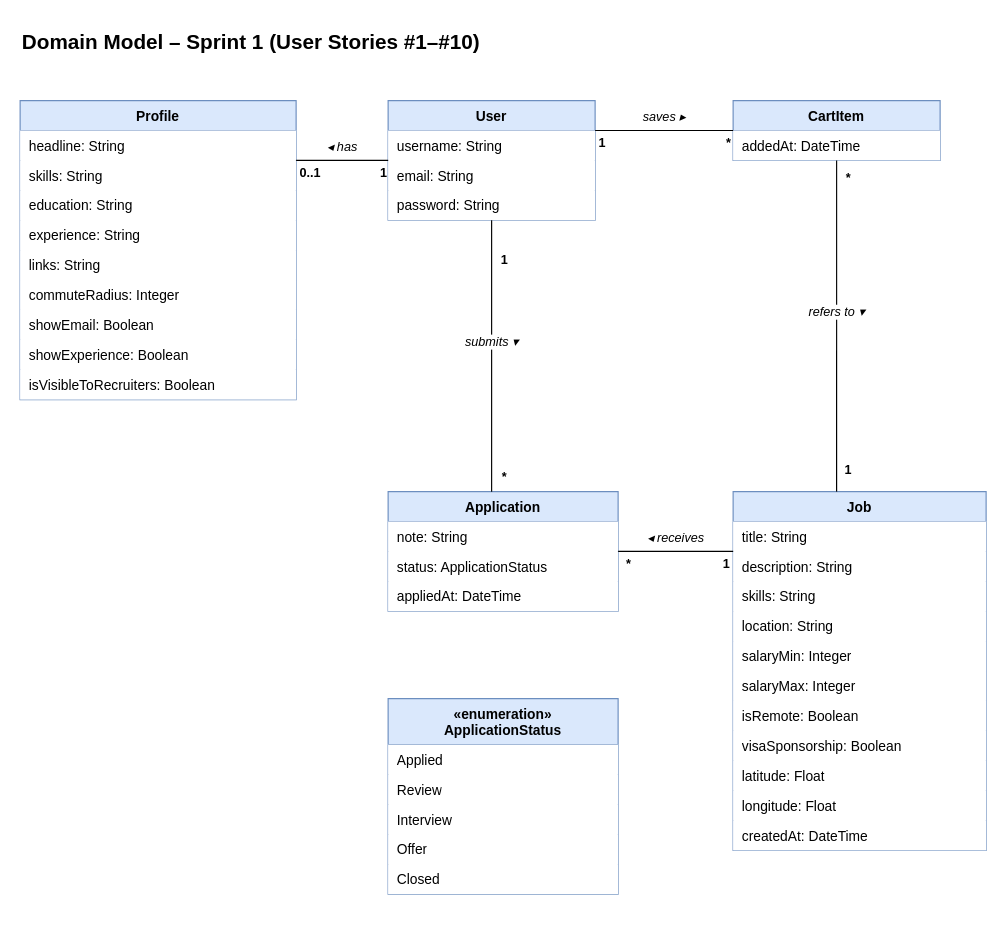
Before: docs/design/domain-model.drawio in CS2340Jonathan2/Project2, a draw.io diagram. Source tidied: cells renumbered, new cells numbered last; positions are measured from the earlier drawing's top-left corner, leaving out a move shared by most shapes. Both pictures are drawn from the tidied source at 115%, with x=0, y=0 at pixel (20, 20).
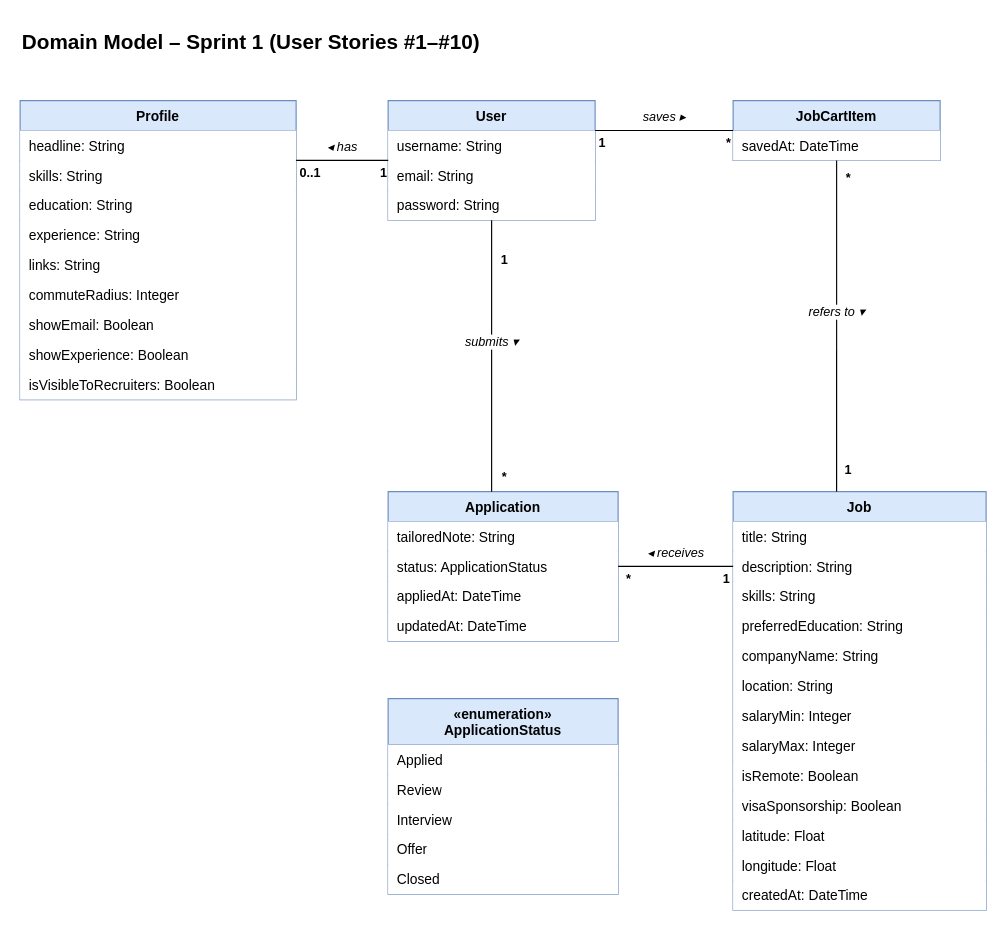
The same page after the edit.

Commit message:
Update domain model

Diff of the diagram source:
```diff
@@
-    <mxCell id="17" value="CartItem" style="swimlane;fontStyle=1;align=center;verticalAlign=top;horizontal=1;startSize=26;whiteSpace=wrap;html=1;fillColor=#dae8fc;strokeColor=#6c8ebf;" parent="1" vertex="1">
+    <mxCell id="17" value="JobCartItem" style="swimlane;fontStyle=1;align=center;verticalAlign=top;horizontal=1;startSize=26;whiteSpace=wrap;html=1;fillColor=#dae8fc;strokeColor=#6c8ebf;" parent="1" vertex="1">
       <mxGeometry x="620" y="70" width="180" height="52" as="geometry" />
     </mxCell>
-    <mxCell id="18" value="addedAt: DateTime" style="text;strokeColor=none;fillColor=#ffffff;align=left;verticalAlign=top;spacingLeft=6;spacingRight=4;overflow=hidden;whiteSpace=wrap;html=1;" parent="17" vertex="1">
+    <mxCell id="18" value="savedAt: DateTime" style="text;strokeColor=none;fillColor=#ffffff;align=left;verticalAlign=top;spacingLeft=6;spacingRight=4;overflow=hidden;whiteSpace=wrap;html=1;" parent="17" vertex="1">
       <mxGeometry y="26" width="180" height="26" as="geometry" />
     </mxCell>
     <mxCell id="19" value="Application" style="swimlane;fontStyle=1;align=center;verticalAlign=top;horizontal=1;startSize=26;whiteSpace=wrap;html=1;fillColor=#dae8fc;strokeColor=#6c8ebf;" parent="1" vertex="1">
-      <mxGeometry x="320" y="410" width="200" height="104" as="geometry" />
+      <mxGeometry x="320" y="410" width="200" height="130" as="geometry" />
     </mxCell>
-    <mxCell id="20" value="note: String" style="text;strokeColor=none;fillColor=#ffffff;align=left;verticalAlign=top;spacingLeft=6;spacingRight=4;overflow=hidden;whiteSpace=wrap;html=1;" parent="19" vertex="1">
+    <mxCell id="20" value="tailoredNote: String" style="text;strokeColor=none;fillColor=#ffffff;align=left;verticalAlign=top;spacingLeft=6;spacingRight=4;overflow=hidden;whiteSpace=wrap;html=1;" parent="19" vertex="1">
       <mxGeometry y="26" width="200" height="26" as="geometry" />
     </mxCell>
@@
+    <mxCell id="56" value="updatedAt: DateTime" style="text;strokeColor=none;fillColor=#ffffff;align=left;verticalAlign=top;spacingLeft=6;spacingRight=4;overflow=hidden;whiteSpace=wrap;html=1;" parent="19" vertex="1">
+      <mxGeometry y="104" width="200" height="26" as="geometry" />
+    </mxCell>
     <mxCell id="23" value="Job" style="swimlane;fontStyle=1;align=center;verticalAlign=top;horizontal=1;startSize=26;whiteSpace=wrap;html=1;fillColor=#dae8fc;strokeColor=#6c8ebf;" parent="1" vertex="1">
-      <mxGeometry x="620" y="410" width="220" height="312" as="geometry" />
+      <mxGeometry x="620" y="410" width="220" height="364" as="geometry" />
     </mxCell>
@@
-    <mxCell id="27" value="location: String" style="text;strokeColor=none;fillColor=#ffffff;align=left;verticalAlign=top;spacingLeft=6;spacingRight=4;overflow=hidden;whiteSpace=wrap;html=1;" parent="23" vertex="1">
+    <mxCell id="27" value="preferredEducation: String" style="text;strokeColor=none;fillColor=#ffffff;align=left;verticalAlign=top;spacingLeft=6;spacingRight=4;overflow=hidden;whiteSpace=wrap;html=1;" parent="23" vertex="1">
       <mxGeometry y="104" width="220" height="26" as="geometry" />
     </mxCell>
-    <mxCell id="28" value="salaryMin: Integer" style="text;strokeColor=none;fillColor=#ffffff;align=left;verticalAlign=top;spacingLeft=6;spacingRight=4;overflow=hidden;whiteSpace=wrap;html=1;" parent="23" vertex="1">
+    <mxCell id="28" value="companyName: String" style="text;strokeColor=none;fillColor=#ffffff;align=left;verticalAlign=top;spacingLeft=6;spacingRight=4;overflow=hidden;whiteSpace=wrap;html=1;" parent="23" vertex="1">
       <mxGeometry y="130" width="220" height="26" as="geometry" />
     </mxCell>
-    <mxCell id="29" value="salaryMax: Integer" style="text;strokeColor=none;fillColor=#ffffff;align=left;verticalAlign=top;spacingLeft=6;spacingRight=4;overflow=hidden;whiteSpace=wrap;html=1;" parent="23" vertex="1">
+    <mxCell id="29" value="location: String" style="text;strokeColor=none;fillColor=#ffffff;align=left;verticalAlign=top;spacingLeft=6;spacingRight=4;overflow=hidden;whiteSpace=wrap;html=1;" parent="23" vertex="1">
       <mxGeometry y="156" width="220" height="26" as="geometry" />
     </mxCell>
-    <mxCell id="30" value="isRemote: Boolean" style="text;strokeColor=none;fillColor=#ffffff;align=left;verticalAlign=top;spacingLeft=6;spacingRight=4;overflow=hidden;whiteSpace=wrap;html=1;" parent="23" vertex="1">
+    <mxCell id="30" value="salaryMin: Integer" style="text;strokeColor=none;fillColor=#ffffff;align=left;verticalAlign=top;spacingLeft=6;spacingRight=4;overflow=hidden;whiteSpace=wrap;html=1;" parent="23" vertex="1">
       <mxGeometry y="182" width="220" height="26" as="geometry" />
     </mxCell>
-    <mxCell id="31" value="visaSponsorship: Boolean" style="text;strokeColor=none;fillColor=#ffffff;align=left;verticalAlign=top;spacingLeft=6;spacingRight=4;overflow=hidden;whiteSpace=wrap;html=1;" parent="23" vertex="1">
+    <mxCell id="31" value="salaryMax: Integer" style="text;strokeColor=none;fillColor=#ffffff;align=left;verticalAlign=top;spacingLeft=6;spacingRight=4;overflow=hidden;whiteSpace=wrap;html=1;" parent="23" vertex="1">
       <mxGeometry y="208" width="220" height="26" as="geometry" />
     </mxCell>
-    <mxCell id="32" value="latitude: Float" style="text;strokeColor=none;fillColor=#ffffff;align=left;verticalAlign=top;spacingLeft=6;spacingRight=4;overflow=hidden;whiteSpace=wrap;html=1;" parent="23" vertex="1">
+    <mxCell id="32" value="isRemote: Boolean" style="text;strokeColor=none;fillColor=#ffffff;align=left;verticalAlign=top;spacingLeft=6;spacingRight=4;overflow=hidden;whiteSpace=wrap;html=1;" parent="23" vertex="1">
       <mxGeometry y="234" width="220" height="26" as="geometry" />
     </mxCell>
-    <mxCell id="33" value="longitude: Float" style="text;strokeColor=none;fillColor=#ffffff;align=left;verticalAlign=top;spacingLeft=6;spacingRight=4;overflow=hidden;whiteSpace=wrap;html=1;" parent="23" vertex="1">
+    <mxCell id="33" value="visaSponsorship: Boolean" style="text;strokeColor=none;fillColor=#ffffff;align=left;verticalAlign=top;spacingLeft=6;spacingRight=4;overflow=hidden;whiteSpace=wrap;html=1;" parent="23" vertex="1">
       <mxGeometry y="260" width="220" height="26" as="geometry" />
     </mxCell>
-    <mxCell id="34" value="createdAt: DateTime" style="text;strokeColor=none;fillColor=#ffffff;align=left;verticalAlign=top;spacingLeft=6;spacingRight=4;overflow=hidden;whiteSpace=wrap;html=1;" parent="23" vertex="1">
+    <mxCell id="34" value="latitude: Float" style="text;strokeColor=none;fillColor=#ffffff;align=left;verticalAlign=top;spacingLeft=6;spacingRight=4;overflow=hidden;whiteSpace=wrap;html=1;" parent="23" vertex="1">
       <mxGeometry y="286" width="220" height="26" as="geometry" />
     </mxCell>
+    <mxCell id="57" value="longitude: Float" style="text;strokeColor=none;fillColor=#ffffff;align=left;verticalAlign=top;spacingLeft=6;spacingRight=4;overflow=hidden;whiteSpace=wrap;html=1;" parent="23" vertex="1">
+      <mxGeometry y="312" width="220" height="26" as="geometry" />
+    </mxCell>
+    <mxCell id="58" value="createdAt: DateTime" style="text;strokeColor=none;fillColor=#ffffff;align=left;verticalAlign=top;spacingLeft=6;spacingRight=4;overflow=hidden;whiteSpace=wrap;html=1;" parent="23" vertex="1">
+      <mxGeometry y="338" width="220" height="26" as="geometry" />
+    </mxCell>
@@
-    <mxCell id="47" value="◂ receives" style="endArrow=none;startArrow=none;html=1;rounded=0;fontStyle=2;labelBackgroundColor=#ffffff;exitX=0;exitY=0.1667;exitDx=0;exitDy=0;entryX=1;entryY=0.5;entryDx=0;entryDy=0;" parent="1" edge="1" source="23" target="19">
+    <mxCell id="47" value="◂ receives" style="endArrow=none;startArrow=none;html=1;rounded=0;fontStyle=2;labelBackgroundColor=#ffffff;exitX=0;exitY=0.1786;exitDx=0;exitDy=0;entryX=1;entryY=0.5;entryDx=0;entryDy=0;" parent="1" edge="1" source="23" target="19">
       <mxGeometry relative="1" as="geometry">
         <mxPoint y="-12" as="offset" />
       </mxGeometry>
     </mxCell>
```
